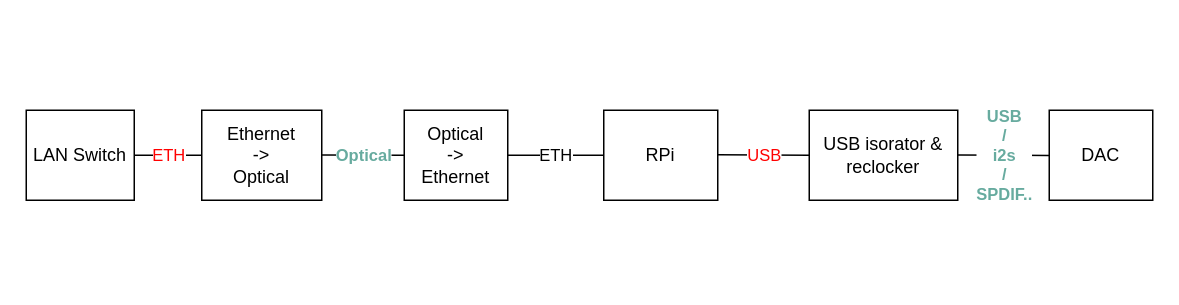
maniac0r/audio keeps this draw.io diagram as digital_transport_isolation.drawio. Above is the earlier version. Source tidied: cells renumbered, new cells numbered last; positions are measured from the earlier drawing's top-left corner, leaving out a move shared by most shapes. Both pictures are drawn from the tidied source at 150%, with x=0, y=0 at pixel (26, 110).
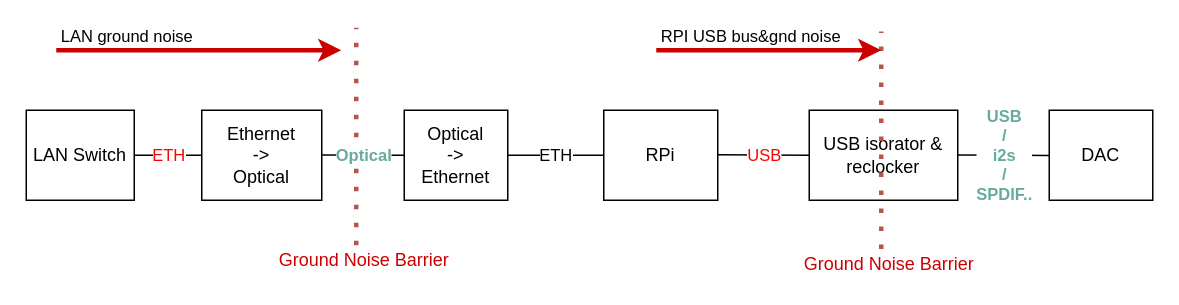
Above is the later version.

The change refers to these unchanged cells:
```xml
<mxCell id="5" value="Optical&lt;br&gt;-&amp;gt;&lt;br&gt;Ethernet" style="rounded=0;whiteSpace=wrap;html=1;" parent="1" vertex="1">
  <mxGeometry x="252" width="69" height="60" as="geometry" />
</mxCell>
```

Change to the diagram source:
```diff
@@
-    <mxCell id="10" value="&lt;font color=&quot;#67ab9f&quot;&gt;Optical&lt;/font&gt;" style="endArrow=none;html=1;exitX=1;exitY=0.5;exitDx=0;exitDy=0;entryX=0;entryY=0.5;entryDx=0;entryDy=0;fontStyle=1;" parent="1" edge="1" target="5">
-      <mxGeometry relative="1" as="geometry">
-        <mxPoint x="197" y="29.8" as="sourcePoint" />
-      </mxGeometry>
-    </mxCell>
@@
+    <mxCell id="13" style="endArrow=none;dashed=1;html=1;dashPattern=1 3;strokeWidth=3;fillColor=#f8cecc;strokeColor=#b85450;" parent="1" edge="1">
+      <mxGeometry relative="1" as="geometry">
+        <mxPoint x="220" y="90" as="sourcePoint" />
+        <mxPoint x="220" y="-55" as="targetPoint" />
+      </mxGeometry>
+    </mxCell>
+    <mxCell id="10" value="&lt;font color=&quot;#67ab9f&quot;&gt;Optical&lt;/font&gt;" style="endArrow=none;html=1;exitX=1;exitY=0.5;exitDx=0;exitDy=0;entryX=0;entryY=0.5;entryDx=0;entryDy=0;fontStyle=1;labelBackgroundColor=#ffffff;" parent="1" edge="1" target="5">
+      <mxGeometry relative="1" as="geometry">
+        <mxPoint x="197" y="29.8" as="sourcePoint" />
+      </mxGeometry>
+    </mxCell>
+    <mxCell id="14" value="&lt;font color=&quot;#cc0000&quot;&gt;Ground Noise Barrier&lt;/font&gt;" style="text;html=1;align=center;verticalAlign=middle;fillColor=none;strokeColor=none;rounded=0;rotation=0;" parent="1" vertex="1">
+      <mxGeometry x="160" y="90" width="130" height="20" as="geometry" />
+    </mxCell>
+    <mxCell id="15" style="endArrow=none;dashed=1;html=1;dashPattern=1 3;strokeWidth=3;fillColor=#f8cecc;strokeColor=#b85450;" parent="1" edge="1">
+      <mxGeometry relative="1" as="geometry">
+        <mxPoint x="570" y="92.5" as="sourcePoint" />
+        <mxPoint x="570" y="-52.5" as="targetPoint" />
+      </mxGeometry>
+    </mxCell>
+    <mxCell id="16" value="&lt;font color=&quot;#cc0000&quot;&gt;Ground Noise Barrier&lt;/font&gt;" style="text;html=1;align=center;verticalAlign=middle;fillColor=none;strokeColor=none;rounded=0;rotation=0;" parent="1" vertex="1">
+      <mxGeometry x="510" y="92.5" width="130" height="20" as="geometry" />
+    </mxCell>
+    <mxCell id="17" style="endArrow=classic;html=1;labelBackgroundColor=#ffffff;strokeWidth=3;strokeColor=#CC0000;" parent="1" edge="1">
+      <mxGeometry relative="1" as="geometry">
+        <mxPoint x="20" y="-40" as="sourcePoint" />
+        <mxPoint x="210" y="-40" as="targetPoint" />
+      </mxGeometry>
+    </mxCell>
+    <mxCell id="18" value="LAN ground noise" style="edgeLabel;html=1;align=center;verticalAlign=middle;" parent="17" vertex="1">
+      <mxGeometry x="-0.4" relative="1" as="geometry">
+        <mxPoint x="-10.8" y="-10" as="offset" />
+      </mxGeometry>
+    </mxCell>
+    <mxCell id="19" style="endArrow=classic;html=1;labelBackgroundColor=#ffffff;strokeWidth=3;strokeColor=#CC0000;" parent="1" edge="1">
+      <mxGeometry relative="1" as="geometry">
+        <mxPoint x="420" y="-40" as="sourcePoint" />
+        <mxPoint x="570" y="-40" as="targetPoint" />
+      </mxGeometry>
+    </mxCell>
+    <mxCell id="20" value="RPI USB bus&amp;amp;gnd noise" style="edgeLabel;html=1;align=center;verticalAlign=middle;" parent="19" vertex="1">
+      <mxGeometry x="-0.4" relative="1" as="geometry">
+        <mxPoint x="17.2" y="-10" as="offset" />
+      </mxGeometry>
+    </mxCell>
```
